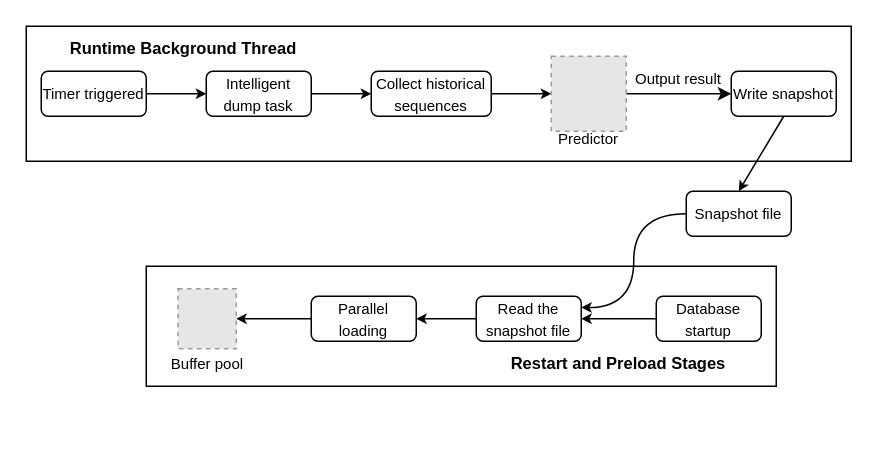
Above: preload.drawio in zybzyb-123/ZYB (draw.io), before the change. Source tidied: cells renumbered, new cells numbered last; positions are measured from the earlier drawing's top-left corner, leaving out a move shared by most shapes. Both pictures are drawn from the tidied source at 150%, with x=0, y=0 at pixel (26, 26). Pictures stored in the file or linked from it are replaced by grey dashed boxes.
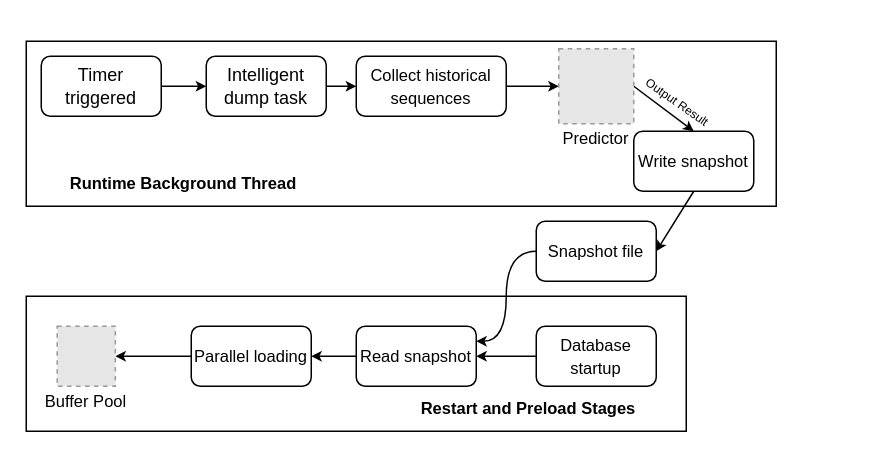
The same diagram, later.

Change to the diagram source:
```diff
@@
     <mxCell id="2" style="rounded=0;whiteSpace=wrap;html=1;" parent="1" vertex="1">
-      <mxGeometry x="80" y="160" width="420" height="80" as="geometry" />
+      <mxGeometry y="180" width="440" height="90" as="geometry" />
     </mxCell>
     <mxCell id="3" style="rounded=0;whiteSpace=wrap;html=1;" parent="1" vertex="1">
-      <mxGeometry width="550" height="90" as="geometry" />
+      <mxGeometry y="10" width="500" height="110" as="geometry" />
     </mxCell>
@@
-    <mxCell id="5" value="&lt;font style=&quot;vertical-align: inherit; font-size: 10px;&quot; dir=&quot;auto&quot;&gt;Timer triggered&lt;/font&gt;" style="rounded=1;whiteSpace=wrap;html=1;" parent="1" vertex="1">
-      <mxGeometry x="10" y="30" width="70" height="30" as="geometry" />
+    <mxCell id="5" value="Timer triggered" style="rounded=1;whiteSpace=wrap;html=1;" parent="1" vertex="1">
+      <mxGeometry x="10" y="20" width="80" height="40" as="geometry" />
     </mxCell>
@@
-    <mxCell id="7" value="&lt;font style=&quot;vertical-align: inherit; font-size: 10px;&quot; dir=&quot;auto&quot;&gt;Intelligent dump task&lt;/font&gt;" style="rounded=1;whiteSpace=wrap;html=1;" parent="1" vertex="1">
-      <mxGeometry x="120" y="30" width="70" height="30" as="geometry" />
+    <mxCell id="7" value="Intelligent dump task" style="rounded=1;whiteSpace=wrap;html=1;" parent="1" vertex="1">
+      <mxGeometry x="120" y="20" width="80" height="40" as="geometry" />
     </mxCell>
@@
-    <mxCell id="9" value="&lt;span style=&quot;font-size: 10px;&quot;&gt;Collect historical sequences&lt;/span&gt;" style="rounded=1;whiteSpace=wrap;html=1;" parent="1" vertex="1">
-      <mxGeometry x="230" y="30" width="80" height="30" as="geometry" />
+    <mxCell id="9" value="&lt;font style=&quot;font-size: 11px;&quot;&gt;Collect historical sequences&lt;/font&gt;" style="rounded=1;whiteSpace=wrap;html=1;" parent="1" vertex="1">
+      <mxGeometry x="220" y="20" width="100" height="40" as="geometry" />
     </mxCell>
-    <mxCell id="10" style="edgeStyle=orthogonalEdgeStyle;rounded=0;jettySize=auto;html=1;exitX=1;exitY=0.5;exitDx=0;exitDy=0;entryX=0;entryY=0.5;entryDx=0;entryDy=0;" parent="1" edge="1" source="11" target="14">
+    <mxCell id="10" style="rounded=0;jettySize=auto;html=1;exitX=1;exitY=0.5;exitDx=0;exitDy=0;entryX=0.5;entryY=0;entryDx=0;entryDy=0;endSize=4;" parent="1" edge="1" source="11" target="14">
       <mxGeometry relative="1" as="geometry" />
     </mxCell>
     <mxCell id="11" style="fillColor=#E6E6E6;strokeColor=#999999;dashed=1;verticalLabelPosition=bottom;verticalAlign=top;" parent="1" vertex="1">
-      <mxGeometry x="350" y="20" width="50" height="50" as="geometry" />
+      <mxGeometry x="355" y="15" width="50" height="50" as="geometry" />
     </mxCell>
-    <mxCell id="12" value="&lt;font style=&quot;font-size: 10px;&quot;&gt;Predictor&lt;/font&gt;" style="text;html=1;align=center;verticalAlign=middle;whiteSpace=wrap;rounded=0;" parent="1" vertex="1">
-      <mxGeometry x="345" y="60" width="60" height="30" as="geometry" />
+    <mxCell id="12" value="&lt;font style=&quot;font-size: 11px;&quot;&gt;Predictor&lt;/font&gt;" style="text;html=1;align=center;verticalAlign=middle;whiteSpace=wrap;rounded=0;" parent="1" vertex="1">
+      <mxGeometry x="350" y="60" width="60" height="30" as="geometry" />
     </mxCell>
-    <mxCell id="13" style="rounded=0;jettySize=auto;html=1;exitX=0.5;exitY=1;exitDx=0;exitDy=0;entryX=0.5;entryY=0;entryDx=0;entryDy=0;endSize=4;" parent="1" edge="1" source="14" target="16">
+    <mxCell id="13" style="rounded=0;jettySize=auto;html=1;exitX=0.5;exitY=1;exitDx=0;exitDy=0;entryX=1;entryY=0.5;entryDx=0;entryDy=0;endSize=4;" parent="1" edge="1" source="14" target="16">
       <mxGeometry relative="1" as="geometry" />
     </mxCell>
-    <mxCell id="14" value="&lt;span style=&quot;font-size: 10px;&quot;&gt;Write snapshot&lt;/span&gt;" style="rounded=1;whiteSpace=wrap;html=1;" parent="1" vertex="1">
-      <mxGeometry x="470" y="30" width="70" height="30" as="geometry" />
+    <mxCell id="14" value="&lt;font style=&quot;font-size: 11px;&quot;&gt;Write snapshot&lt;/font&gt;" style="rounded=1;whiteSpace=wrap;html=1;" parent="1" vertex="1">
+      <mxGeometry x="405" y="70" width="80" height="40" as="geometry" />
     </mxCell>
@@
-    <mxCell id="16" value="&lt;span style=&quot;font-size: 10px;&quot;&gt;Snapshot file&lt;/span&gt;" style="rounded=1;whiteSpace=wrap;html=1;" parent="1" vertex="1">
-      <mxGeometry x="440" y="110" width="70" height="30" as="geometry" />
+    <mxCell id="16" value="&lt;font style=&quot;font-size: 11px;&quot;&gt;Snapshot file&lt;/font&gt;" style="rounded=1;whiteSpace=wrap;html=1;" parent="1" vertex="1">
+      <mxGeometry x="340" y="130" width="80" height="40" as="geometry" />
     </mxCell>
@@
-    <mxCell id="18" value="&lt;font style=&quot;vertical-align: inherit; font-size: 10px;&quot; dir=&quot;auto&quot;&gt;Database startup&lt;/font&gt;" style="rounded=1;whiteSpace=wrap;html=1;" parent="1" vertex="1">
-      <mxGeometry x="420" y="180" width="70" height="30" as="geometry" />
+    <mxCell id="18" value="&lt;font style=&quot;vertical-align: inherit; font-size: 11px;&quot; dir=&quot;auto&quot;&gt;Database startup&lt;/font&gt;" style="rounded=1;whiteSpace=wrap;html=1;" parent="1" vertex="1">
+      <mxGeometry x="340" y="200" width="80" height="40" as="geometry" />
     </mxCell>
@@
-    <mxCell id="20" value="&lt;font style=&quot;vertical-align: inherit; font-size: 10px;&quot; dir=&quot;auto&quot;&gt;Read the snapshot file&lt;/font&gt;" style="rounded=1;whiteSpace=wrap;html=1;" parent="1" vertex="1">
-      <mxGeometry x="300" y="180" width="70" height="30" as="geometry" />
+    <mxCell id="20" value="&lt;font style=&quot;vertical-align: inherit; font-size: 11px;&quot; dir=&quot;auto&quot;&gt;Read snapshot&lt;/font&gt;" style="rounded=1;whiteSpace=wrap;html=1;" parent="1" vertex="1">
+      <mxGeometry x="220" y="200" width="80" height="40" as="geometry" />
     </mxCell>
@@
-    <mxCell id="22" value="&lt;font style=&quot;vertical-align: inherit; font-size: 10px;&quot; dir=&quot;auto&quot;&gt;Parallel loading&lt;/font&gt;" style="rounded=1;whiteSpace=wrap;html=1;" parent="1" vertex="1">
-      <mxGeometry x="190" y="180" width="70" height="30" as="geometry" />
+    <mxCell id="22" value="&lt;font style=&quot;vertical-align: inherit; font-size: 11px;&quot; dir=&quot;auto&quot;&gt;Parallel loading&lt;/font&gt;" style="rounded=1;whiteSpace=wrap;html=1;" parent="1" vertex="1">
+      <mxGeometry x="110" y="200" width="80" height="40" as="geometry" />
     </mxCell>
-    <mxCell id="23" value="&lt;font style=&quot;font-size: 11px;&quot;&gt;&lt;b style=&quot;&quot;&gt;Runtime Background Thread&lt;/b&gt;&lt;/font&gt;" style="text;html=1;align=center;verticalAlign=middle;whiteSpace=wrap;rounded=0;" parent="1" vertex="1">
-      <mxGeometry width="210" height="30" as="geometry" />
-    </mxCell>
     <mxCell id="24" value="&lt;font style=&quot;font-size: 11px;&quot;&gt;&lt;b style=&quot;&quot;&gt;Restart and Preload Stages&lt;/b&gt;&lt;/font&gt;" style="text;html=1;align=center;verticalAlign=middle;whiteSpace=wrap;rounded=0;" parent="1" vertex="1">
-      <mxGeometry x="290" y="210" width="210" height="30" as="geometry" />
+      <mxGeometry x="230" y="240" width="210" height="30" as="geometry" />
     </mxCell>
-    <mxCell id="25" value="&lt;font style=&quot;font-size: 10px;&quot;&gt;Output result&lt;/font&gt;" style="text;html=1;align=center;verticalAlign=middle;whiteSpace=wrap;rounded=0;" parent="1" vertex="1">
-      <mxGeometry x="405" y="20" width="60" height="30" as="geometry" />
+    <mxCell id="25" value="&lt;font style=&quot;font-size: 8px;&quot;&gt;Output Result&lt;/font&gt;" style="text;html=1;align=center;verticalAlign=middle;whiteSpace=wrap;rounded=0;rotation=35;" parent="1" vertex="1">
+      <mxGeometry x="405" y="35" width="60" height="30" as="geometry" />
     </mxCell>
     <mxCell id="26" style="fillColor=#E6E6E6;strokeColor=#999999;dashed=1;verticalLabelPosition=bottom;verticalAlign=top;" parent="1" vertex="1">
-      <mxGeometry x="101.2" y="175" width="38.8" height="40" as="geometry" />
+      <mxGeometry x="20.6" y="200" width="38.8" height="40" as="geometry" />
     </mxCell>
-    <mxCell id="27" value="&lt;font style=&quot;font-size: 10px;&quot;&gt;Buffer pool&lt;/font&gt;" style="text;html=1;align=center;verticalAlign=middle;whiteSpace=wrap;rounded=0;" parent="1" vertex="1">
-      <mxGeometry x="90.6" y="210" width="60" height="30" as="geometry" />
+    <mxCell id="27" value="&lt;font style=&quot;font-size: 11px;&quot;&gt;Buffer Pool&lt;/font&gt;" style="text;html=1;align=center;verticalAlign=middle;whiteSpace=wrap;rounded=0;" parent="1" vertex="1">
+      <mxGeometry x="10" y="235" width="60" height="30" as="geometry" />
     </mxCell>
+    <mxCell id="23" value="&lt;font style=&quot;font-size: 11px;&quot;&gt;&lt;b style=&quot;&quot;&gt;Runtime Background Thread&lt;/b&gt;&lt;/font&gt;" style="text;html=1;align=center;verticalAlign=middle;whiteSpace=wrap;rounded=0;" parent="1" vertex="1">
+      <mxGeometry y="90" width="210" height="30" as="geometry" />
+    </mxCell>
```
